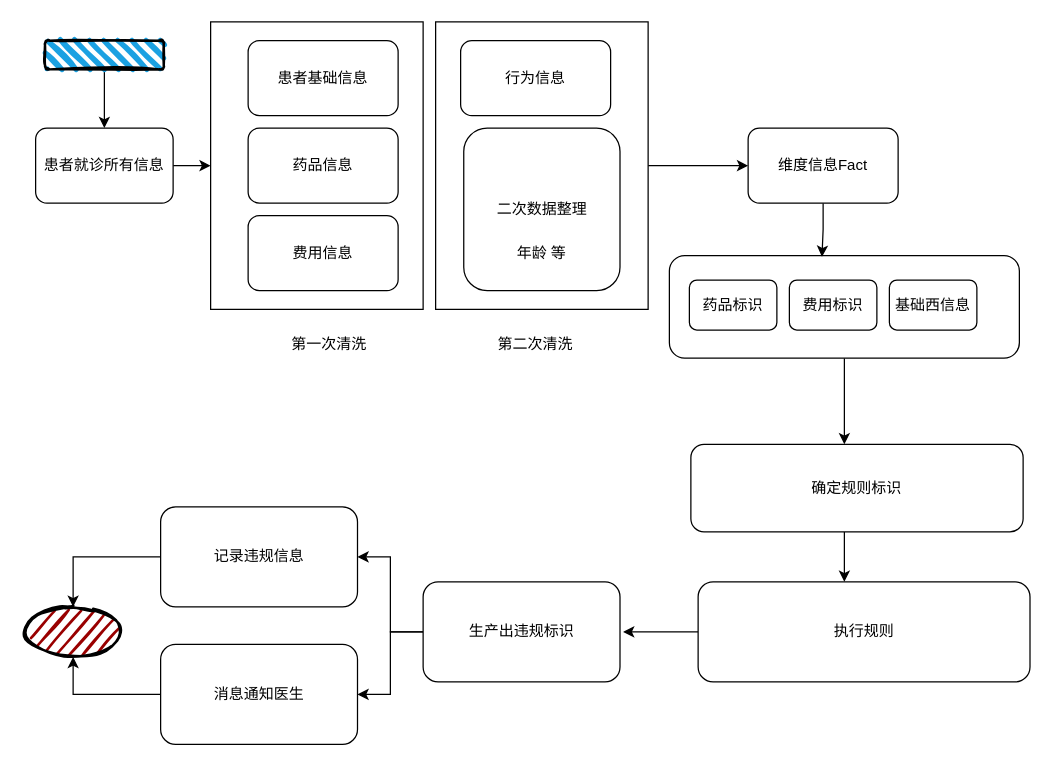
liz2m/draw.images keeps this draw.io diagram as 医保项目/规则使用.drawio. Above is the earlier version. Source tidied: cells renumbered, new cells numbered last; positions are measured from the earlier drawing's top-left corner, leaving out a move shared by most shapes. Both pictures are drawn from the tidied source at 125%, with x=0, y=0 at pixel (22, 21).
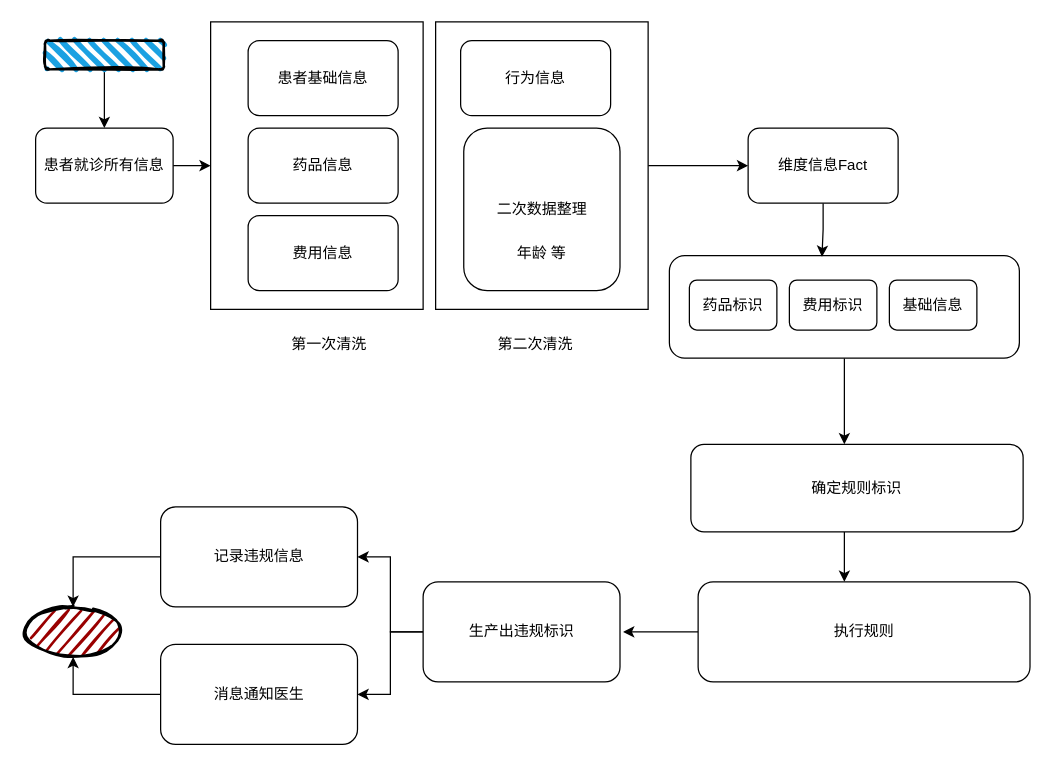
Above is the later version.

Commit message:
已添加 规则使用.drawio

Change to the diagram source:
```diff
@@
-    <mxCell id="21" value="基础西信息" style="rounded=1;whiteSpace=wrap;html=1;" parent="1" vertex="1">
+    <mxCell id="21" value="基础信息" style="rounded=1;whiteSpace=wrap;html=1;" parent="1" vertex="1">
       <mxGeometry x="693" y="206.5" width="70" height="40" as="geometry" />
     </mxCell>
```
